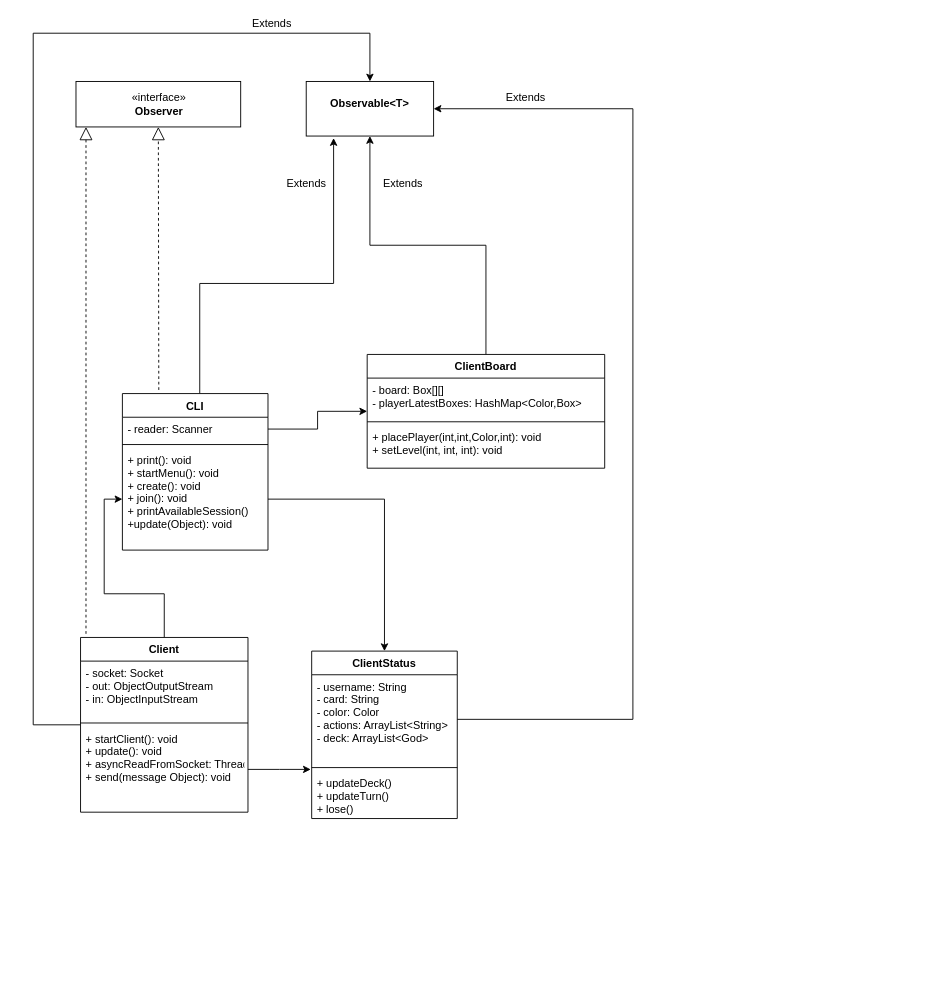
Before: UML/Client.drawio in peppetort/POLIMI_SE_19-20_santorini, a draw.io diagram. Source tidied: cells renumbered, new cells numbered last; positions are measured from the earlier drawing's top-left corner, leaving out a move shared by most shapes. Both pictures are drawn from the tidied source at 91%, with x=0, y=0 at pixel (33, 15).
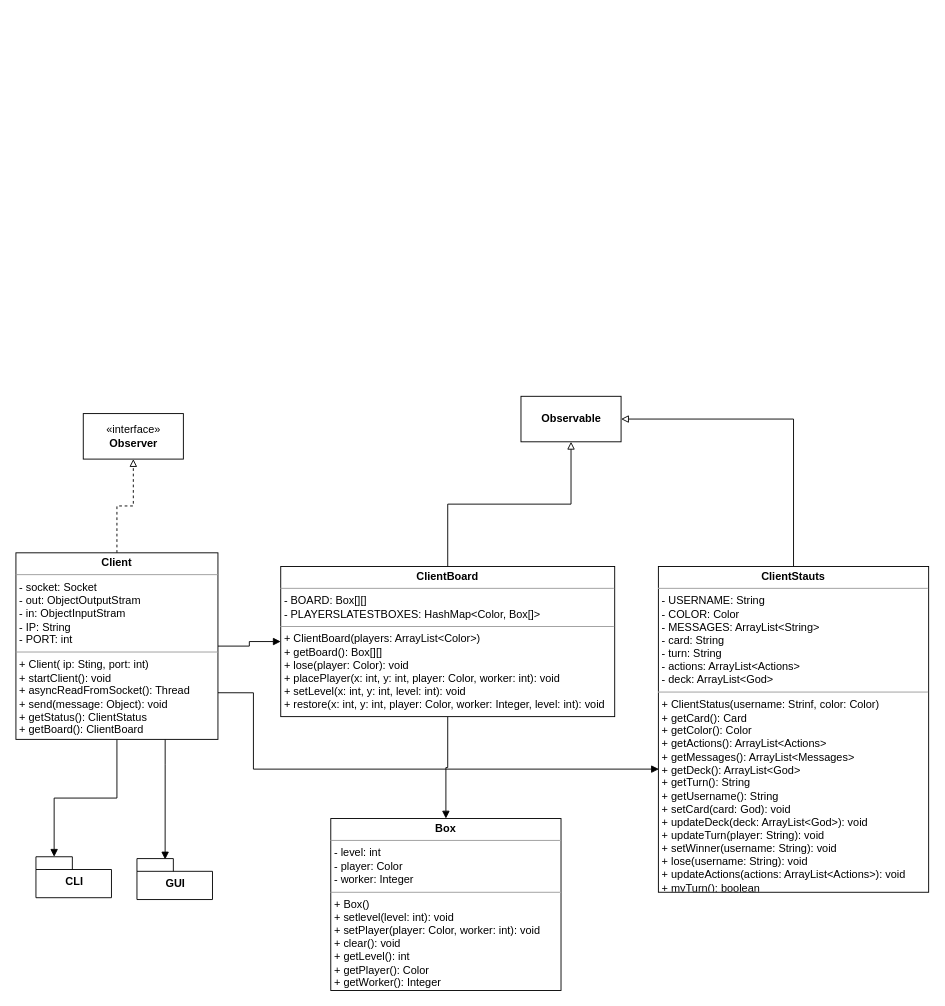
After the change.

Diff of the diagram source:
```diff
@@
-    <mxCell id="2" style="edgeStyle=orthogonalEdgeStyle;rounded=0;jettySize=auto;html=1;" parent="1" edge="1" source="4" target="12">
-      <mxGeometry relative="1" as="geometry" />
-    </mxCell>
-    <mxCell id="3" style="edgeStyle=orthogonalEdgeStyle;rounded=0;jettySize=auto;html=1;" parent="1" edge="1" source="4" target="26">
-      <mxGeometry relative="1" as="geometry">
-        <Array as="points">
-          <mxPoint y="779" />
-          <mxPoint y="19" />
-          <mxPoint x="370" y="19" />
-        </Array>
-      </mxGeometry>
-    </mxCell>
-    <mxCell id="4" value="Client" style="swimlane;fontStyle=1;align=center;verticalAlign=top;horizontal=1;startSize=26;" parent="1" vertex="1">
-      <mxGeometry x="52" y="683" width="184" height="192" as="geometry" />
-    </mxCell>
-    <mxCell id="5" value="- socket: Socket&#10;- out: ObjectOutputStream&#10;- in: ObjectInputStream&#10;" style="text;strokeColor=none;fillColor=none;align=left;verticalAlign=top;spacingLeft=4;spacingRight=4;overflow=hidden;" parent="4" vertex="1">
-      <mxGeometry y="26" width="184" height="64" as="geometry" />
-    </mxCell>
-    <mxCell id="6" style="line;strokeWidth=1;fillColor=none;align=left;verticalAlign=middle;spacingTop=-1;spacingLeft=3;spacingRight=3;labelPosition=right;" parent="4" vertex="1">
-      <mxGeometry y="90" width="184" height="8" as="geometry" />
-    </mxCell>
-    <mxCell id="7" value="+ startClient(): void&#10;+ update(): void&#10;+ asyncReadFromSocket: Thread&#10;+ send(message Object): void" style="text;strokeColor=none;fillColor=none;align=left;verticalAlign=top;spacingLeft=4;spacingRight=4;overflow=hidden;points=[[0,0.5],[1,0.5]];portConstraint=eastwest;" parent="4" vertex="1">
-      <mxGeometry y="98" width="184" height="94" as="geometry" />
-    </mxCell>
-    <mxCell id="8" style="edgeStyle=orthogonalEdgeStyle;rounded=0;jettySize=auto;html=1;entryX=0.215;entryY=1.037;entryDx=0;entryDy=0;entryPerimeter=0;" parent="1" edge="1" source="9" target="26">
-      <mxGeometry relative="1" as="geometry">
-        <Array as="points">
-          <mxPoint x="183" y="294" />
-          <mxPoint x="330" y="294" />
-        </Array>
-      </mxGeometry>
-    </mxCell>
+    <mxCell id="25" value="«interface»&lt;br&gt;&lt;b&gt;Observer&lt;/b&gt;" style="html=1;" parent="1" vertex="1">
+      <mxGeometry x="55" y="437" width="110" height="50" as="geometry" />
+    </mxCell>
+    <mxCell id="34" style="edgeStyle=orthogonalEdgeStyle;rounded=0;jettySize=auto;html=1;endArrow=block;endFill=1;" parent="1" edge="1" source="39" target="43">
+      <mxGeometry relative="1" as="geometry" />
+    </mxCell>
+    <mxCell id="35" style="edgeStyle=orthogonalEdgeStyle;rounded=0;jettySize=auto;html=1;entryX=0.002;entryY=0.622;entryDx=0;entryDy=0;endArrow=block;endFill=1;exitX=1;exitY=0.75;exitDx=0;exitDy=0;entryPerimeter=0;" parent="1" edge="1" source="39" target="45">
+      <mxGeometry relative="1" as="geometry">
+        <Array as="points">
+          <mxPoint x="242" y="744" />
+          <mxPoint x="242" y="828" />
+        </Array>
+      </mxGeometry>
+    </mxCell>
+    <mxCell id="36" style="edgeStyle=orthogonalEdgeStyle;rounded=0;jettySize=auto;html=1;endArrow=block;endFill=0;dashed=1;" parent="1" edge="1" source="39" target="25">
+      <mxGeometry relative="1" as="geometry" />
+    </mxCell>
+    <mxCell id="37" style="edgeStyle=orthogonalEdgeStyle;rounded=0;jettySize=auto;html=1;entryX=0;entryY=0;entryDx=20;entryDy=0;entryPerimeter=0;endArrow=block;endFill=1;" parent="1" edge="1" source="39" target="9">
+      <mxGeometry relative="1" as="geometry" />
+    </mxCell>
+    <mxCell id="38" style="edgeStyle=orthogonalEdgeStyle;rounded=0;jettySize=auto;html=1;entryX=0.373;entryY=0.022;entryDx=0;entryDy=0;entryPerimeter=0;endArrow=block;endFill=1;" parent="1" edge="1" source="39" target="47">
+      <mxGeometry relative="1" as="geometry">
+        <Array as="points">
+          <mxPoint x="145" y="823" />
+          <mxPoint x="145" y="823" />
+        </Array>
+      </mxGeometry>
+    </mxCell>
+    <mxCell id="39" value="&lt;p style=&quot;margin: 0px ; margin-top: 4px ; text-align: center&quot;&gt;&lt;b&gt;Client&lt;/b&gt;&lt;/p&gt;&lt;hr size=&quot;1&quot;&gt;&lt;p style=&quot;margin: 0px ; margin-left: 4px&quot;&gt;- socket: Socket&lt;/p&gt;&lt;p style=&quot;margin: 0px ; margin-left: 4px&quot;&gt;- out: ObjectOutputStram&lt;/p&gt;&lt;p style=&quot;margin: 0px ; margin-left: 4px&quot;&gt;- in: ObjectInputStram&lt;/p&gt;&lt;p style=&quot;margin: 0px ; margin-left: 4px&quot;&gt;- IP: String&lt;/p&gt;&lt;p style=&quot;margin: 0px ; margin-left: 4px&quot;&gt;- PORT: int&lt;/p&gt;&lt;hr size=&quot;1&quot;&gt;&lt;p style=&quot;margin: 0px ; margin-left: 4px&quot;&gt;+ Client( ip: Sting, port: int)&lt;/p&gt;&lt;p style=&quot;margin: 0px ; margin-left: 4px&quot;&gt;+ startClient(): void&lt;/p&gt;&lt;p style=&quot;margin: 0px ; margin-left: 4px&quot;&gt;+ asyncReadFromSocket(): Thread&lt;/p&gt;&lt;p style=&quot;margin: 0px ; margin-left: 4px&quot;&gt;+ send(message: Object): void&lt;/p&gt;&lt;p style=&quot;margin: 0px ; margin-left: 4px&quot;&gt;+ getStatus(): ClientStatus&lt;/p&gt;&lt;p style=&quot;margin: 0px ; margin-left: 4px&quot;&gt;+ getBoard(): ClientBoard&lt;/p&gt;" style="verticalAlign=top;align=left;overflow=fill;fontSize=12;fontFamily=Helvetica;html=1;" parent="1" vertex="1">
+      <mxGeometry x="-19" y="590" width="222" height="205" as="geometry" />
+    </mxCell>
+    <mxCell id="40" value="&lt;b&gt;Observable&lt;/b&gt;" style="html=1;" parent="1" vertex="1">
+      <mxGeometry x="536" y="418" width="110" height="50" as="geometry" />
+    </mxCell>
+    <mxCell id="41" style="edgeStyle=orthogonalEdgeStyle;rounded=0;jettySize=auto;html=1;exitX=0.5;exitY=0;exitDx=0;exitDy=0;entryX=0.5;entryY=1;entryDx=0;entryDy=0;endArrow=block;endFill=0;" parent="1" edge="1" source="43" target="40">
+      <mxGeometry relative="1" as="geometry" />
+    </mxCell>
+    <mxCell id="42" style="edgeStyle=orthogonalEdgeStyle;rounded=0;jettySize=auto;html=1;endArrow=block;endFill=1;" parent="1" edge="1" source="43" target="46">
+      <mxGeometry relative="1" as="geometry" />
+    </mxCell>
+    <mxCell id="43" value="&lt;p style=&quot;margin: 0px ; margin-top: 4px ; text-align: center&quot;&gt;&lt;b&gt;ClientBoard&lt;/b&gt;&lt;/p&gt;&lt;hr size=&quot;1&quot;&gt;&lt;p style=&quot;margin: 0px ; margin-left: 4px&quot;&gt;- BOARD: Box[][]&lt;br&gt;&lt;/p&gt;&lt;p style=&quot;margin: 0px ; margin-left: 4px&quot;&gt;- PLAYERSLATESTBOXES: HashMap&amp;lt;Color, Box[]&amp;gt;&lt;/p&gt;&lt;hr size=&quot;1&quot;&gt;&lt;p style=&quot;margin: 0px ; margin-left: 4px&quot;&gt;+ ClientBoard(players: ArrayList&amp;lt;Color&amp;gt;)&lt;/p&gt;&lt;p style=&quot;margin: 0px ; margin-left: 4px&quot;&gt;+ getBoard(): Box[][]&lt;/p&gt;&lt;p style=&quot;margin: 0px ; margin-left: 4px&quot;&gt;+ lose(player: Color): void&lt;/p&gt;&lt;p style=&quot;margin: 0px ; margin-left: 4px&quot;&gt;+ placePlayer(x: int, y: int, player: Color, worker: int): void&lt;/p&gt;&lt;p style=&quot;margin: 0px ; margin-left: 4px&quot;&gt;+ setLevel(x: int, y: int, level: int): void&lt;/p&gt;&lt;p style=&quot;margin: 0px ; margin-left: 4px&quot;&gt;+ restore(x: int, y: int, player: Color, worker: Integer, level: int): void&lt;/p&gt;&lt;p style=&quot;margin: 0px ; margin-left: 4px&quot;&gt;&lt;br&gt;&lt;/p&gt;" style="verticalAlign=top;align=left;overflow=fill;fontSize=12;fontFamily=Helvetica;html=1;" parent="1" vertex="1">
+      <mxGeometry x="272" y="605" width="367" height="165" as="geometry" />
+    </mxCell>
+    <mxCell id="44" style="edgeStyle=orthogonalEdgeStyle;rounded=0;jettySize=auto;html=1;entryX=1;entryY=0.5;entryDx=0;entryDy=0;endArrow=block;endFill=0;exitX=0.5;exitY=0;exitDx=0;exitDy=0;" parent="1" edge="1" source="45" target="40">
+      <mxGeometry relative="1" as="geometry" />
+    </mxCell>
+    <mxCell id="45" value="&lt;p style=&quot;margin: 0px ; margin-top: 4px ; text-align: center&quot;&gt;&lt;b&gt;ClientStauts&lt;/b&gt;&lt;/p&gt;&lt;hr size=&quot;1&quot;&gt;&lt;p style=&quot;margin: 0px ; margin-left: 4px&quot;&gt;- USERNAME: String&lt;br&gt;&lt;/p&gt;&lt;p style=&quot;margin: 0px ; margin-left: 4px&quot;&gt;- COLOR: Color&lt;/p&gt;&lt;p style=&quot;margin: 0px ; margin-left: 4px&quot;&gt;- MESSAGES: ArrayList&amp;lt;String&amp;gt;&lt;/p&gt;&lt;p style=&quot;margin: 0px ; margin-left: 4px&quot;&gt;- card: String&lt;/p&gt;&lt;p style=&quot;margin: 0px ; margin-left: 4px&quot;&gt;- turn: String&lt;/p&gt;&lt;p style=&quot;margin: 0px ; margin-left: 4px&quot;&gt;- actions: ArrayList&amp;lt;Actions&amp;gt;&lt;/p&gt;&lt;p style=&quot;margin: 0px ; margin-left: 4px&quot;&gt;- deck: ArrayList&amp;lt;God&amp;gt;&lt;/p&gt;&lt;hr size=&quot;1&quot;&gt;&lt;p style=&quot;margin: 0px ; margin-left: 4px&quot;&gt;+ ClientStatus(username: Strinf, color: Color)&lt;/p&gt;&lt;p style=&quot;margin: 0px ; margin-left: 4px&quot;&gt;+ getCard(): Card&lt;/p&gt;&lt;p style=&quot;margin: 0px ; margin-left: 4px&quot;&gt;+ getColor(): Color&lt;/p&gt;&lt;p style=&quot;margin: 0px ; margin-left: 4px&quot;&gt;+ getActions(): ArrayList&amp;lt;Actions&amp;gt;&lt;/p&gt;&lt;p style=&quot;margin: 0px ; margin-left: 4px&quot;&gt;+ getMessages(): ArrayList&amp;lt;Messages&amp;gt;&lt;/p&gt;&lt;p style=&quot;margin: 0px ; margin-left: 4px&quot;&gt;+ getDeck(): ArrayList&amp;lt;God&amp;gt;&lt;/p&gt;&lt;p style=&quot;margin: 0px ; margin-left: 4px&quot;&gt;+ getTurn(): String&lt;/p&gt;&lt;p style=&quot;margin: 0px ; margin-left: 4px&quot;&gt;+ getUsername(): String&lt;/p&gt;&lt;p style=&quot;margin: 0px ; margin-left: 4px&quot;&gt;+ setCard(card: God): void&lt;/p&gt;&lt;p style=&quot;margin: 0px ; margin-left: 4px&quot;&gt;+ updateDeck(deck: ArrayList&amp;lt;God&amp;gt;): void&lt;/p&gt;&lt;p style=&quot;margin: 0px ; margin-left: 4px&quot;&gt;+ updateTurn(player: String): void&lt;/p&gt;&lt;p style=&quot;margin: 0px ; margin-left: 4px&quot;&gt;+ setWinner(username: String): void&lt;/p&gt;&lt;p style=&quot;margin: 0px ; margin-left: 4px&quot;&gt;+ lose(username: String): void&lt;/p&gt;&lt;p style=&quot;margin: 0px ; margin-left: 4px&quot;&gt;+ updateActions(actions: ArrayList&amp;lt;Actions&amp;gt;): void&lt;/p&gt;&lt;p style=&quot;margin: 0px ; margin-left: 4px&quot;&gt;+ myTurn(): boolean&lt;/p&gt;" style="verticalAlign=top;align=left;overflow=fill;fontSize=12;fontFamily=Helvetica;html=1;" parent="1" vertex="1">
+      <mxGeometry x="687" y="605" width="297" height="358" as="geometry" />
+    </mxCell>
+    <mxCell id="46" value="&lt;p style=&quot;margin: 0px ; margin-top: 4px ; text-align: center&quot;&gt;&lt;b&gt;Box&lt;/b&gt;&lt;/p&gt;&lt;hr size=&quot;1&quot;&gt;&lt;p style=&quot;margin: 0px ; margin-left: 4px&quot;&gt;- level: int&lt;/p&gt;&lt;p style=&quot;margin: 0px ; margin-left: 4px&quot;&gt;- player: Color&lt;/p&gt;&lt;p style=&quot;margin: 0px ; margin-left: 4px&quot;&gt;- worker: Integer&lt;/p&gt;&lt;hr size=&quot;1&quot;&gt;&lt;p style=&quot;margin: 0px ; margin-left: 4px&quot;&gt;+ Box()&lt;/p&gt;&lt;p style=&quot;margin: 0px ; margin-left: 4px&quot;&gt;+ setlevel(level: int): void&lt;/p&gt;&lt;p style=&quot;margin: 0px ; margin-left: 4px&quot;&gt;+ setPlayer(player: Color, worker: int): void&lt;/p&gt;&lt;p style=&quot;margin: 0px ; margin-left: 4px&quot;&gt;+ clear(): void&lt;/p&gt;&lt;p style=&quot;margin: 0px ; margin-left: 4px&quot;&gt;+ getLevel(): int&lt;/p&gt;&lt;p style=&quot;margin: 0px ; margin-left: 4px&quot;&gt;+ getPlayer(): Color&lt;/p&gt;&lt;p style=&quot;margin: 0px ; margin-left: 4px&quot;&gt;+ getWorker(): Integer&lt;/p&gt;" style="verticalAlign=top;align=left;overflow=fill;fontSize=12;fontFamily=Helvetica;html=1;" parent="1" vertex="1">
+      <mxGeometry x="327" y="882" width="253" height="189" as="geometry" />
+    </mxCell>
-    <mxCell id="9" value="CLI" style="swimlane;fontStyle=1;align=center;verticalAlign=top;horizontal=1;startSize=26;" parent="1" vertex="1">
-      <mxGeometry x="98" y="415" width="160" height="172" as="geometry" />
+    <mxCell id="9" value="CLI" style="shape=folder;fontStyle=1;spacingTop=10;tabWidth=40;tabHeight=14;tabPosition=left;html=1;" parent="1" vertex="1">
+      <mxGeometry x="3" y="924" width="83" height="45" as="geometry" />
     </mxCell>
-    <mxCell id="10" value="- reader: Scanner" style="text;strokeColor=none;fillColor=none;align=left;verticalAlign=top;spacingLeft=4;spacingRight=4;overflow=hidden;points=[[0,0.5],[1,0.5]];portConstraint=eastwest;" parent="9" vertex="1">
-      <mxGeometry y="26" width="160" height="26" as="geometry" />
-    </mxCell>
-    <mxCell id="11" style="line;strokeWidth=1;fillColor=none;align=left;verticalAlign=middle;spacingTop=-1;spacingLeft=3;spacingRight=3;labelPosition=right;" parent="9" vertex="1">
-      <mxGeometry y="52" width="160" height="8" as="geometry" />
-    </mxCell>
-    <mxCell id="12" value="+ print(): void&#10;+ startMenu(): void&#10;+ create(): void&#10;+ join(): void&#10;+ printAvailableSession()&#10;+update(Object): void" style="text;strokeColor=none;fillColor=none;align=left;verticalAlign=top;spacingLeft=4;spacingRight=4;overflow=hidden;points=[[0,0.5],[1,0.5]];portConstraint=eastwest;" parent="9" vertex="1">
-      <mxGeometry y="60" width="160" height="112" as="geometry" />
-    </mxCell>
-    <mxCell id="13" value="ClientStatus" style="swimlane;fontStyle=1;align=center;verticalAlign=top;horizontal=1;startSize=26;" parent="1" vertex="1">
-      <mxGeometry x="306" y="698" width="160" height="184" as="geometry" />
-    </mxCell>
-    <mxCell id="14" value="- username: String&#10;- card: String&#10;- color: Color&#10;- actions: ArrayList&lt;String&gt;&#10;- deck: ArrayList&lt;God&gt; &#10;" style="text;strokeColor=none;fillColor=none;align=left;verticalAlign=top;spacingLeft=4;spacingRight=4;overflow=hidden;points=[[0,0.5],[1,0.5]];portConstraint=eastwest;" parent="13" vertex="1">
-      <mxGeometry y="26" width="160" height="98" as="geometry" />
-    </mxCell>
-    <mxCell id="15" style="line;strokeWidth=1;fillColor=none;align=left;verticalAlign=middle;spacingTop=-1;spacingLeft=3;spacingRight=3;labelPosition=right;" parent="13" vertex="1">
-      <mxGeometry y="124" width="160" height="8" as="geometry" />
-    </mxCell>
-    <mxCell id="16" value="+ updateDeck()&#10;+ updateTurn()&#10;+ lose()" style="text;strokeColor=none;fillColor=none;align=left;verticalAlign=top;spacingLeft=4;spacingRight=4;overflow=hidden;" parent="13" vertex="1">
-      <mxGeometry y="132" width="160" height="52" as="geometry" />
-    </mxCell>
-    <mxCell id="17" style="edgeStyle=orthogonalEdgeStyle;rounded=0;jettySize=auto;html=1;entryX=0.5;entryY=1;entryDx=0;entryDy=0;" parent="1" edge="1" source="18" target="26">
-      <mxGeometry relative="1" as="geometry" />
-    </mxCell>
-    <mxCell id="18" value="ClientBoard" style="swimlane;fontStyle=1;align=center;verticalAlign=top;horizontal=1;startSize=26;" parent="1" vertex="1">
-      <mxGeometry x="367" y="372" width="261" height="125" as="geometry" />
-    </mxCell>
-    <mxCell id="19" value="- board: Box[][]&#10;- playerLatestBoxes: HashMap&lt;Color,Box&gt;&#10;" style="text;strokeColor=none;fillColor=none;align=left;verticalAlign=top;spacingLeft=4;spacingRight=4;overflow=hidden;" parent="18" vertex="1">
-      <mxGeometry y="26" width="261" height="44" as="geometry" />
-    </mxCell>
-    <mxCell id="20" style="line;strokeWidth=1;fillColor=none;align=left;verticalAlign=middle;spacingTop=-1;spacingLeft=3;spacingRight=3;labelPosition=right;" parent="18" vertex="1">
-      <mxGeometry y="70" width="261" height="8" as="geometry" />
-    </mxCell>
-    <mxCell id="21" value="+ placePlayer(int,int,Color,int): void&#10;+ setLevel(int, int, int): void&#10;" style="text;strokeColor=none;fillColor=none;align=left;verticalAlign=top;spacingLeft=4;spacingRight=4;overflow=hidden;" parent="18" vertex="1">
-      <mxGeometry y="78" width="261" height="47" as="geometry" />
-    </mxCell>
-    <mxCell id="22" style="edgeStyle=orthogonalEdgeStyle;rounded=0;jettySize=auto;html=1;entryX=0;entryY=0.5;entryDx=0;entryDy=0;" parent="1" edge="1" source="10" target="18">
-      <mxGeometry relative="1" as="geometry" />
-    </mxCell>
-    <mxCell id="23" style="edgeStyle=orthogonalEdgeStyle;rounded=0;jettySize=auto;html=1;" parent="1" edge="1" source="7">
-      <mxGeometry relative="1" as="geometry">
-        <mxPoint x="305" y="828" as="targetPoint" />
-      </mxGeometry>
-    </mxCell>
-    <mxCell id="24" style="edgeStyle=orthogonalEdgeStyle;rounded=0;jettySize=auto;html=1;entryX=0.5;entryY=0;entryDx=0;entryDy=0;" parent="1" edge="1" source="12" target="13">
-      <mxGeometry relative="1" as="geometry" />
-    </mxCell>
-    <mxCell id="25" value="«interface»&lt;br&gt;&lt;b&gt;Observer&lt;/b&gt;" style="html=1;" parent="1" vertex="1">
-      <mxGeometry x="47" y="72" width="181" height="50" as="geometry" />
-    </mxCell>
-    <mxCell id="26" value="&lt;p style=&quot;margin: 0px ; margin-top: 4px ; text-align: center&quot;&gt;&lt;br&gt;&lt;b&gt;Observable&amp;lt;T&amp;gt;&lt;/b&gt;&lt;/p&gt;" style="verticalAlign=top;align=left;overflow=fill;fontSize=12;fontFamily=Helvetica;html=1;" parent="1" vertex="1">
-      <mxGeometry x="300" y="72" width="140" height="60" as="geometry" />
-    </mxCell>
-    <mxCell id="27" style="endArrow=block;dashed=1;endFill=0;endSize=12;html=1;entryX=0.5;entryY=1;entryDx=0;entryDy=0;" parent="1" edge="1" target="25">
-      <mxGeometry relative="1" as="geometry">
-        <mxPoint x="138" y="411" as="sourcePoint" />
-      </mxGeometry>
-    </mxCell>
-    <mxCell id="28" style="endArrow=block;dashed=1;endFill=0;endSize=12;html=1;entryX=0.5;entryY=1;entryDx=0;entryDy=0;" parent="1" edge="1">
-      <mxGeometry relative="1" as="geometry">
-        <mxPoint x="58" y="679" as="sourcePoint" />
-        <mxPoint x="58" y="122" as="targetPoint" />
-      </mxGeometry>
-    </mxCell>
-    <mxCell id="29" style="edgeStyle=orthogonalEdgeStyle;rounded=0;jettySize=auto;html=1;entryX=1;entryY=0.5;entryDx=0;entryDy=0;" parent="1" edge="1" source="14" target="26">
-      <mxGeometry relative="1" as="geometry">
-        <Array as="points">
-          <mxPoint x="659" y="773" />
-          <mxPoint x="659" y="102" />
-        </Array>
-      </mxGeometry>
-    </mxCell>
-    <mxCell id="30" value="Extends" style="text;html=1;align=center;verticalAlign=middle;" parent="1" vertex="1">
-      <mxGeometry x="235" width="53" height="18" as="geometry" />
-    </mxCell>
-    <mxCell id="31" value="Extends" style="text;html=1;align=center;verticalAlign=middle;" parent="1" vertex="1">
-      <mxGeometry x="514" y="81" width="53" height="18" as="geometry" />
-    </mxCell>
-    <mxCell id="32" value="Extends" style="text;html=1;align=center;verticalAlign=middle;" parent="1" vertex="1">
-      <mxGeometry x="379" y="175" width="53" height="18" as="geometry" />
-    </mxCell>
-    <mxCell id="33" value="Extends" style="text;html=1;align=center;verticalAlign=middle;" parent="1" vertex="1">
-      <mxGeometry x="273" y="175" width="53" height="18" as="geometry" />
-    </mxCell>
+    <mxCell id="47" value="GUI" style="shape=folder;fontStyle=1;spacingTop=10;tabWidth=40;tabHeight=14;tabPosition=left;html=1;" parent="1" vertex="1">
+      <mxGeometry x="114" y="926" width="83" height="45" as="geometry" />
+    </mxCell>
```
